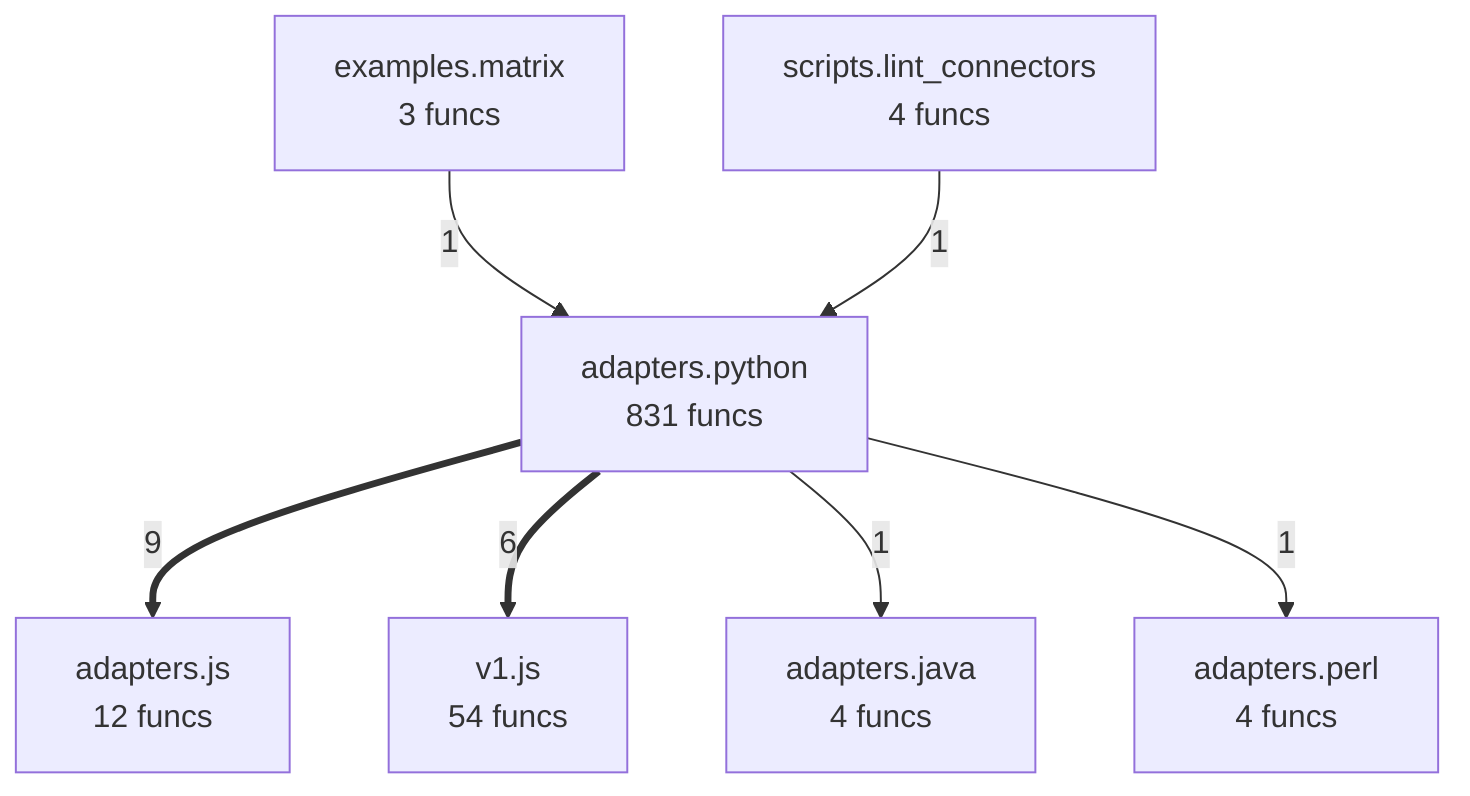
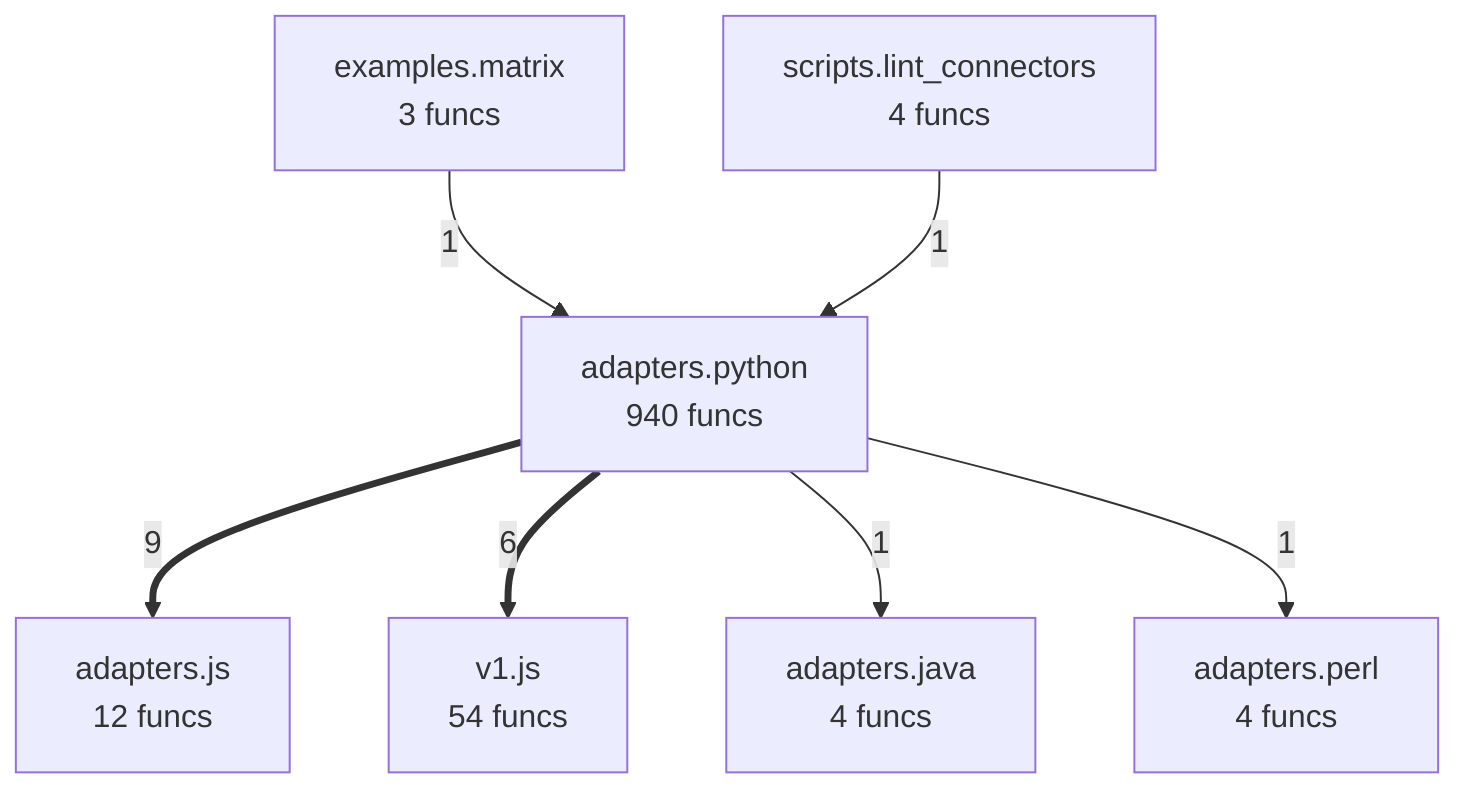
flowchart TD
%% generated in 0.02s
    adapters__java["adapters.java<br/>4 funcs"]
    adapters__js["adapters.js<br/>12 funcs"]
    adapters__perl["adapters.perl<br/>4 funcs"]
-     adapters__python["adapters.python<br/>831 funcs"]
+     adapters__python["adapters.python<br/>940 funcs"]
    examples__matrix["examples.matrix<br/>3 funcs"]
    scripts__lint_connectors["scripts.lint_connectors<br/>4 funcs"]
    v1__js["v1.js<br/>54 funcs"]
    adapters__python ==>|9| adapters__js
    adapters__python ==>|6| v1__js
    examples__matrix -->|1| adapters__python
    scripts__lint_connectors -->|1| adapters__python
    adapters__python -->|1| adapters__java
    adapters__python -->|1| adapters__perl
